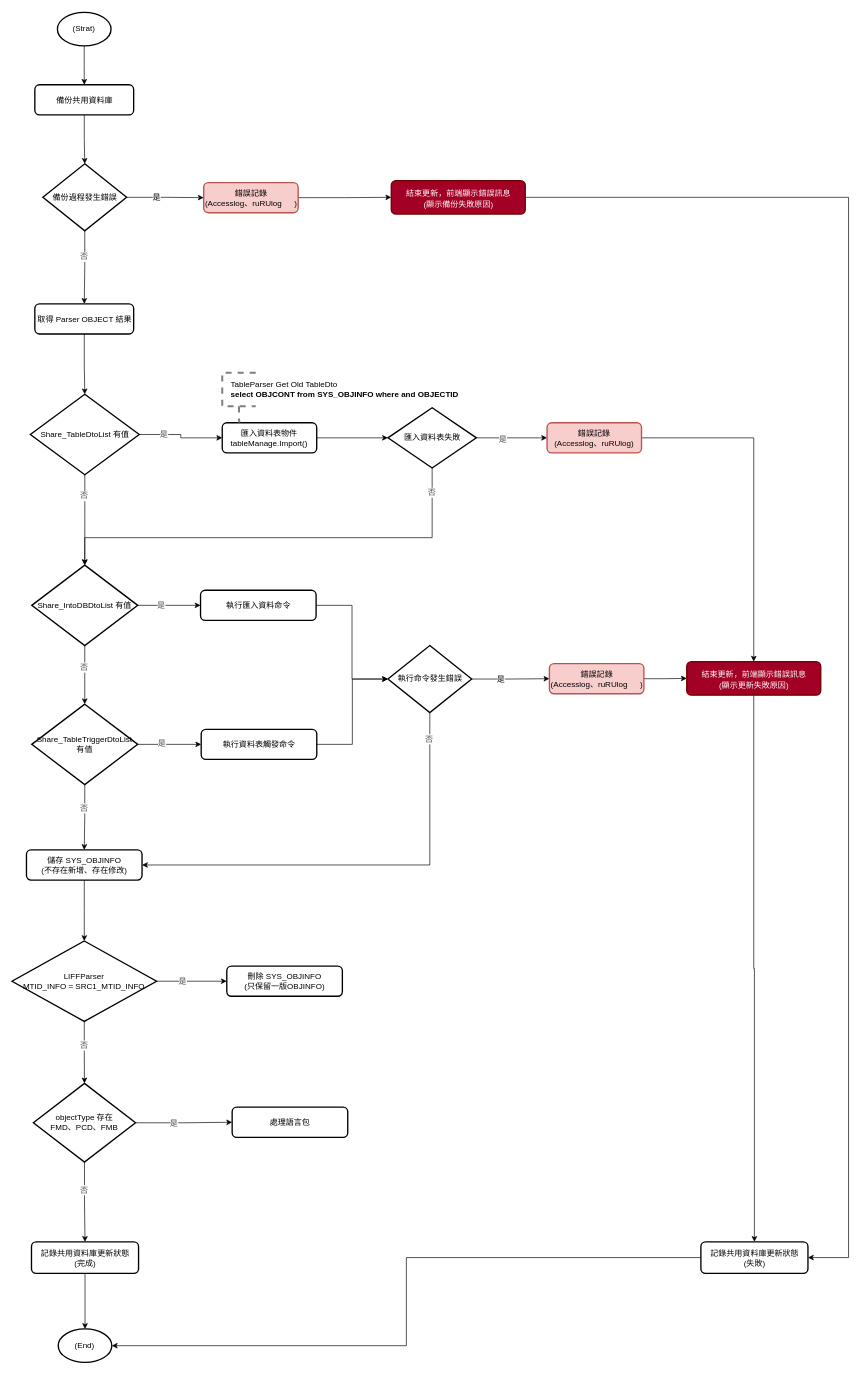
This is page "更新共用資料庫" (4 of 6) of asus/ASUSMaintainTool/MDBUpdate/attachment/更新MDB檔案程式.drawio from ArcareRD/sadocs, a draw.io file, before an edit. Source tidied: cells renumbered, new cells numbered last; positions are measured from the earlier drawing's top-left corner, leaving out a move shared by most shapes. Both pictures are drawn from the tidied source at 67%, with x=0, y=0 at pixel (11, 12).
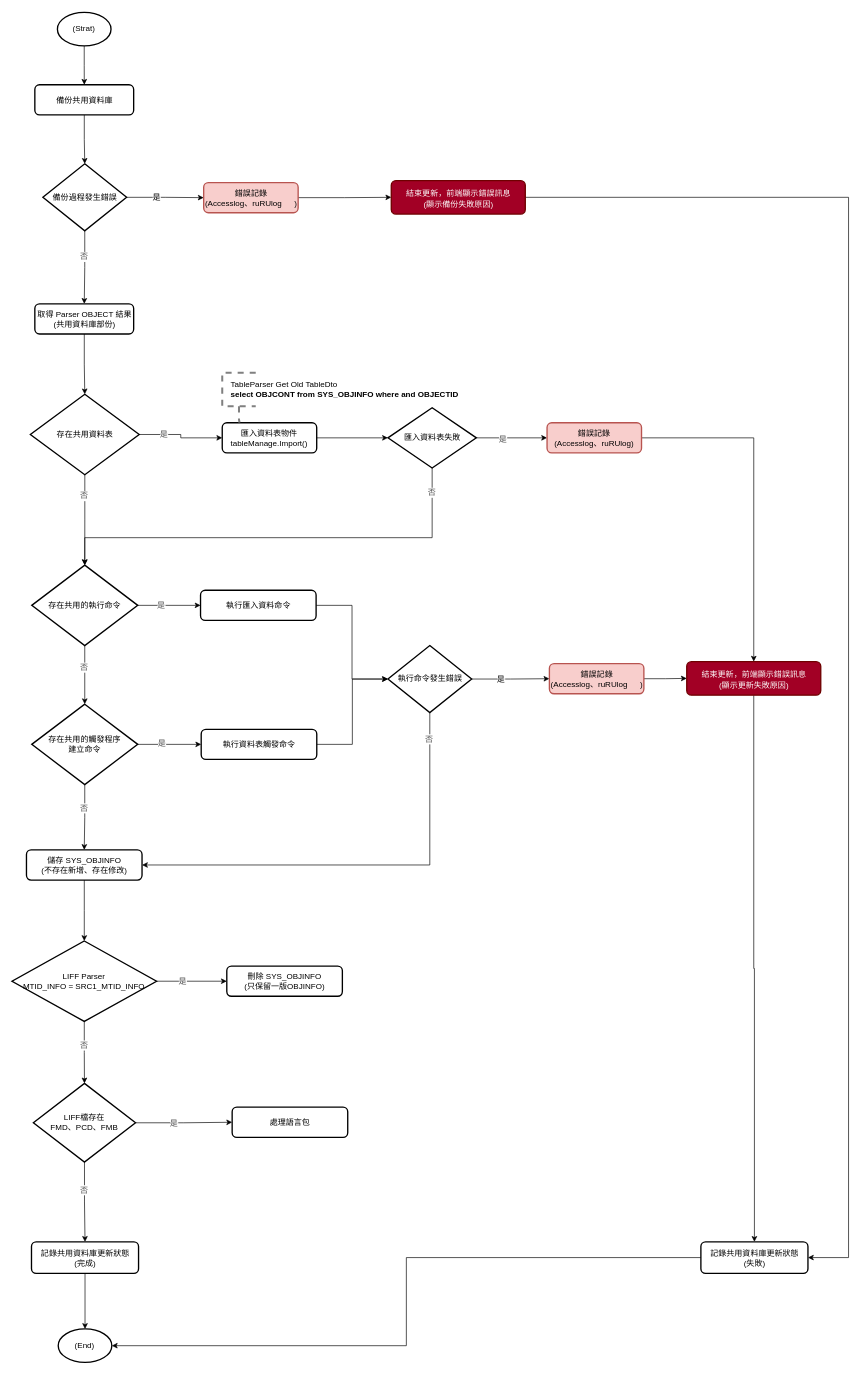
Above is the later version.

Change to the diagram source:
```diff
@@
-    <mxCell id="30" value="&lt;font face=&quot;calibri&quot;&gt;Share_TableDtoList 有值&lt;/font&gt;" style="strokeWidth=2;html=1;shape=mxgraph.flowchart.decision;whiteSpace=wrap;" parent="1" vertex="1">
+    <mxCell id="30" value="&lt;font face=&quot;calibri&quot;&gt;存在共用資料表&lt;/font&gt;" style="strokeWidth=2;html=1;shape=mxgraph.flowchart.decision;whiteSpace=wrap;" parent="1" vertex="1">
       <mxGeometry x="27.8" y="570" width="162.5" height="120" as="geometry" />
     </mxCell>
@@
-    <mxCell id="43" value="&lt;p style=&quot;margin-top: 0pt; margin-bottom: 0pt; margin-left: 0in; text-indent: 0in; font-size: 12px;&quot;&gt;&lt;font face=&quot;calibri&quot;&gt;&lt;span&gt;取得 Parser OBJECT 結果&lt;/span&gt;&lt;/font&gt;&lt;/p&gt;" style="rounded=1;whiteSpace=wrap;html=1;absoluteArcSize=1;arcSize=14;strokeWidth=2;fontSize=12;align=center;labelBackgroundColor=none;fontStyle=0;" parent="1" vertex="1">
+    <mxCell id="43" value="&lt;p style=&quot;margin-top: 0pt; margin-bottom: 0pt; margin-left: 0in; text-indent: 0in; font-size: 12px;&quot;&gt;&lt;font face=&quot;calibri&quot;&gt;&lt;span&gt;取得 Parser OBJECT 結果&lt;/span&gt;&lt;/font&gt;&lt;/p&gt;&lt;p style=&quot;margin-top: 0pt; margin-bottom: 0pt; margin-left: 0in; text-indent: 0in; font-size: 12px;&quot;&gt;&lt;font face=&quot;calibri&quot;&gt;&lt;span&gt;(共用資料庫部份)&lt;/span&gt;&lt;/font&gt;&lt;/p&gt;" style="rounded=1;whiteSpace=wrap;html=1;absoluteArcSize=1;arcSize=14;strokeWidth=2;fontSize=12;align=center;labelBackgroundColor=none;fontStyle=0;" parent="1" vertex="1">
       <mxGeometry x="34.5" y="435" width="147.5" height="45" as="geometry" />
     </mxCell>
@@
-    <mxCell id="48" value="&lt;font face=&quot;calibri&quot;&gt;Share_IntoDBDtoList 有值&lt;/font&gt;" style="strokeWidth=2;html=1;shape=mxgraph.flowchart.decision;whiteSpace=wrap;" parent="1" vertex="1">
+    <mxCell id="48" value="&lt;span style=&quot;font-family: calibri;&quot;&gt;存在共用的執行命令&lt;/span&gt;" style="strokeWidth=2;html=1;shape=mxgraph.flowchart.decision;whiteSpace=wrap;" parent="1" vertex="1">
       <mxGeometry x="29.9" y="825" width="158.2" height="120" as="geometry" />
     </mxCell>
@@
-    <mxCell id="55" value="&lt;font face=&quot;calibri&quot;&gt;Share_TableTriggerDtoList &lt;br&gt;有值&lt;/font&gt;" style="strokeWidth=2;html=1;shape=mxgraph.flowchart.decision;whiteSpace=wrap;" parent="1" vertex="1">
+    <mxCell id="55" value="&lt;span style=&quot;font-family: calibri;&quot;&gt;存在共用的觸發程序&lt;/span&gt;&lt;br style=&quot;border-color: var(--border-color); font-family: calibri;&quot;&gt;&lt;span style=&quot;font-family: calibri;&quot;&gt;建立命令&lt;/span&gt;" style="strokeWidth=2;html=1;shape=mxgraph.flowchart.decision;whiteSpace=wrap;" parent="1" vertex="1">
       <mxGeometry x="29.9" y="1032.5" width="158.2" height="120" as="geometry" />
     </mxCell>
@@
-    <mxCell id="65" value="&lt;font face=&quot;calibri&quot;&gt;LIFFParser&lt;br&gt;MTID_INFO =&amp;nbsp;SRC1_MTID_INFO&lt;/font&gt;" style="strokeWidth=2;html=1;shape=mxgraph.flowchart.decision;whiteSpace=wrap;" parent="1" vertex="1">
+    <mxCell id="65" value="&lt;font face=&quot;calibri&quot;&gt;LIFF Parser&lt;br&gt;MTID_INFO =&amp;nbsp;SRC1_MTID_INFO&lt;/font&gt;" style="strokeWidth=2;html=1;shape=mxgraph.flowchart.decision;whiteSpace=wrap;" parent="1" vertex="1">
       <mxGeometry x="0.4" y="1386" width="215.8" height="120" as="geometry" />
     </mxCell>
@@
-    <mxCell id="71" value="objectType 存在&lt;br&gt;FMD、PCD、FMB" style="strokeWidth=2;html=1;shape=mxgraph.flowchart.decision;whiteSpace=wrap;labelBackgroundColor=none;fontSize=12;labelBorderColor=none;fillColor=default;" parent="1" vertex="1">
+    <mxCell id="71" value="LIFF檔存在&lt;br&gt;FMD、PCD、FMB" style="strokeWidth=2;html=1;shape=mxgraph.flowchart.decision;whiteSpace=wrap;labelBackgroundColor=none;fontSize=12;labelBorderColor=none;fillColor=default;" parent="1" vertex="1">
       <mxGeometry x="32.3" y="1598.5" width="152.5" height="117.5" as="geometry" />
     </mxCell>
```
